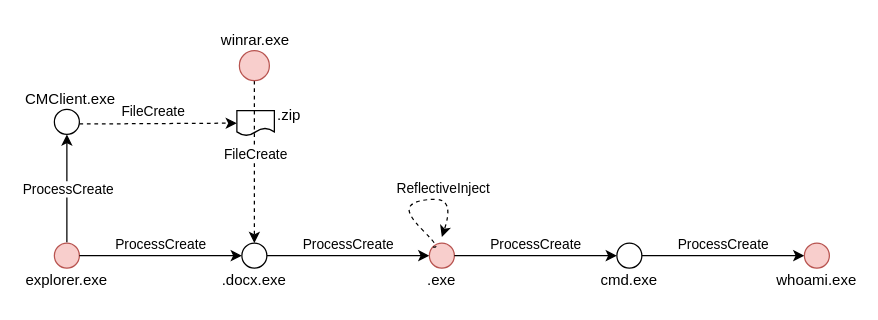
This is 银狐1.drawio from ernongxizhu/picture, a draw.io file, before an edit. Source tidied: cells renumbered, new cells numbered last; positions are measured from the earlier drawing's top-left corner, leaving out a move shared by most shapes. Both pictures are drawn from the tidied source at 125%, with x=0, y=0 at pixel (29, 21).
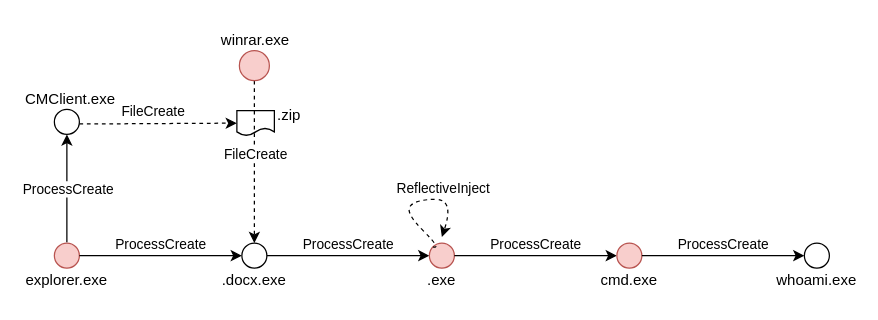
Above is the later version.

Diff of the diagram source:
```diff
@@
-    <mxCell id="14" style="ellipse;whiteSpace=wrap;html=1;" parent="1" vertex="1">
+    <mxCell id="14" style="ellipse;whiteSpace=wrap;html=1;fillColor=#f8cecc;strokeColor=#b85450;" parent="1" vertex="1">
       <mxGeometry x="470" y="177" width="20" height="20" as="geometry" />
     </mxCell>
@@
-    <mxCell id="18" style="ellipse;whiteSpace=wrap;html=1;fillColor=#f8cecc;strokeColor=#b85450;" parent="1" vertex="1">
+    <mxCell id="18" style="ellipse;whiteSpace=wrap;html=1;" parent="1" vertex="1">
       <mxGeometry x="620" y="177" width="20" height="20" as="geometry" />
     </mxCell>
```
